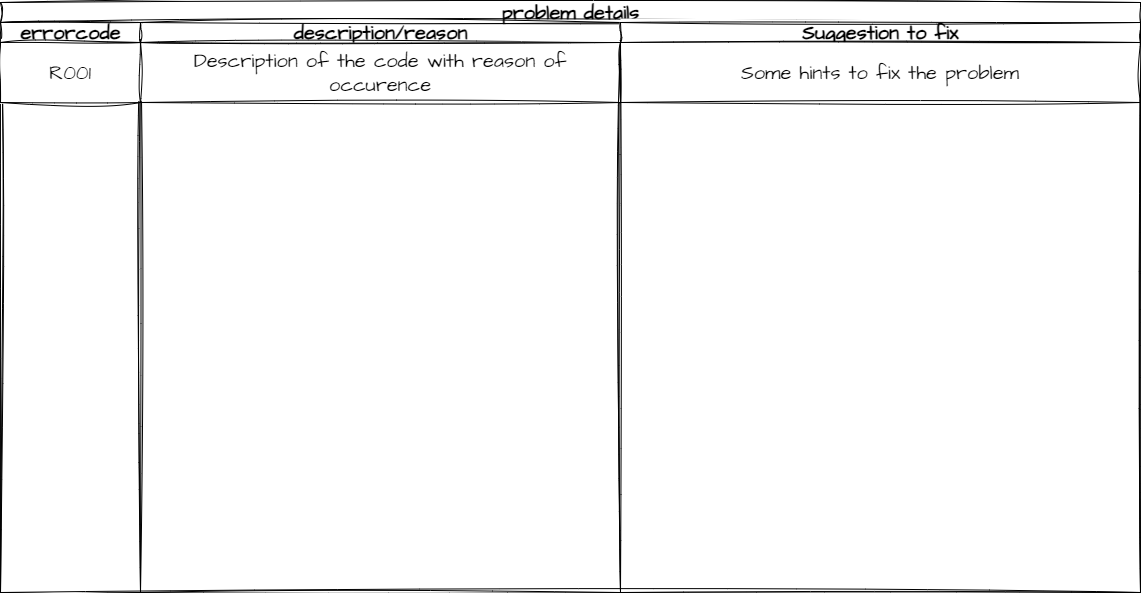
Before: documentation/arc-documentation/images/08_concepts/exceptions/presentation/error-code-description.drawio.png, a diagram exported from draw.io (stueberm1/riskmanager). Source tidied: cells renumbered, new cells last; positions are measured from the earlier drawing's top-left corner, leaving out a move shared by most shapes. Its diagram source:
```xml
<mxGraphModel>
  <root>
    <mxCell id="0" />
    <mxCell id="1" parent="0" />
    <mxCell id="2" value="problem details" style="swimlane;startSize=20;html=1;sketch=1;hachureGap=4;jiggle=2;curveFitting=1;fontFamily=Architects Daughter;fontSource=https%3A%2F%2Ffonts.googleapis.com%2Fcss%3Ffamily%3DArchitects%2BDaughter;fontSize=20;" parent="1" vertex="1">
      <mxGeometry width="1140" height="590" as="geometry" />
    </mxCell>
    <mxCell id="3" value="errorcode" style="swimlane;startSize=20;html=1;sketch=1;hachureGap=4;jiggle=2;curveFitting=1;fontFamily=Architects Daughter;fontSource=https%3A%2F%2Ffonts.googleapis.com%2Fcss%3Ffamily%3DArchitects%2BDaughter;fontSize=20;" parent="2" vertex="1">
      <mxGeometry y="20" width="140" height="570" as="geometry" />
    </mxCell>
    <mxCell id="4" value="R001" style="fontStyle=0;html=1;whiteSpace=wrap;sketch=1;hachureGap=4;jiggle=2;curveFitting=1;fontFamily=Architects Daughter;fontSource=https%3A%2F%2Ffonts.googleapis.com%2Fcss%3Ffamily%3DArchitects%2BDaughter;fontSize=20;" parent="3" vertex="1">
      <mxGeometry y="20" width="140" height="60" as="geometry" />
    </mxCell>
    <mxCell id="5" value="description/reason" style="swimlane;startSize=20;html=1;sketch=1;hachureGap=4;jiggle=2;curveFitting=1;fontFamily=Architects Daughter;fontSource=https%3A%2F%2Ffonts.googleapis.com%2Fcss%3Ffamily%3DArchitects%2BDaughter;fontSize=20;" parent="2" vertex="1">
      <mxGeometry x="140" y="20" width="480" height="570" as="geometry" />
    </mxCell>
    <mxCell id="6" value="Description of the code with reason of occurence" style="fontStyle=0;html=1;whiteSpace=wrap;sketch=1;hachureGap=4;jiggle=2;curveFitting=1;fontFamily=Architects Daughter;fontSource=https%3A%2F%2Ffonts.googleapis.com%2Fcss%3Ffamily%3DArchitects%2BDaughter;fontSize=20;" parent="5" vertex="1">
      <mxGeometry y="20" width="480" height="60" as="geometry" />
    </mxCell>
    <mxCell id="7" value="Suggestion to fix" style="swimlane;startSize=20;html=1;sketch=1;hachureGap=4;jiggle=2;curveFitting=1;fontFamily=Architects Daughter;fontSource=https%3A%2F%2Ffonts.googleapis.com%2Fcss%3Ffamily%3DArchitects%2BDaughter;fontSize=20;" parent="2" vertex="1">
      <mxGeometry x="620" y="20" width="520" height="570" as="geometry" />
    </mxCell>
    <mxCell id="8" value="Some hints to fix the problem" style="fontStyle=0;html=1;whiteSpace=wrap;sketch=1;hachureGap=4;jiggle=2;curveFitting=1;fontFamily=Architects Daughter;fontSource=https%3A%2F%2Ffonts.googleapis.com%2Fcss%3Ffamily%3DArchitects%2BDaughter;fontSize=20;" parent="7" vertex="1">
      <mxGeometry y="20" width="520" height="60" as="geometry" />
    </mxCell>
  </root>
</mxGraphModel>
```
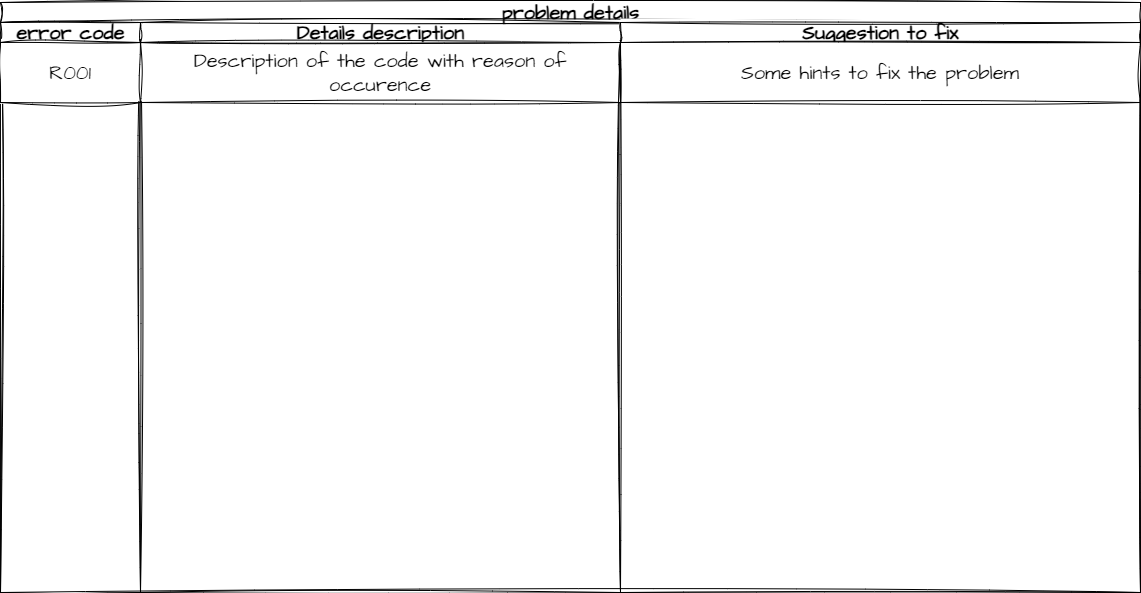
After the change.

The edit, as a diff of the source:
```diff
@@ -5,13 +5,13 @@
     <mxCell id="2" value="problem details" style="swimlane;startSize=20;html=1;sketch=1;hachureGap=4;jiggle=2;curveFitting=1;fontFamily=Architects Daughter;fontSource=https%3A%2F%2Ffonts.googleapis.com%2Fcss%3Ffamily%3DArchitects%2BDaughter;fontSize=20;" parent="1" vertex="1">
       <mxGeometry width="1140" height="590" as="geometry" />
     </mxCell>
-    <mxCell id="3" value="errorcode" style="swimlane;startSize=20;html=1;sketch=1;hachureGap=4;jiggle=2;curveFitting=1;fontFamily=Architects Daughter;fontSource=https%3A%2F%2Ffonts.googleapis.com%2Fcss%3Ffamily%3DArchitects%2BDaughter;fontSize=20;" parent="2" vertex="1">
+    <mxCell id="3" value="error code" style="swimlane;startSize=20;html=1;sketch=1;hachureGap=4;jiggle=2;curveFitting=1;fontFamily=Architects Daughter;fontSource=https%3A%2F%2Ffonts.googleapis.com%2Fcss%3Ffamily%3DArchitects%2BDaughter;fontSize=20;" parent="2" vertex="1">
       <mxGeometry y="20" width="140" height="570" as="geometry" />
     </mxCell>
     <mxCell id="4" value="R001" style="fontStyle=0;html=1;whiteSpace=wrap;sketch=1;hachureGap=4;jiggle=2;curveFitting=1;fontFamily=Architects Daughter;fontSource=https%3A%2F%2Ffonts.googleapis.com%2Fcss%3Ffamily%3DArchitects%2BDaughter;fontSize=20;" parent="3" vertex="1">
       <mxGeometry y="20" width="140" height="60" as="geometry" />
     </mxCell>
-    <mxCell id="5" value="description/reason" style="swimlane;startSize=20;html=1;sketch=1;hachureGap=4;jiggle=2;curveFitting=1;fontFamily=Architects Daughter;fontSource=https%3A%2F%2Ffonts.googleapis.com%2Fcss%3Ffamily%3DArchitects%2BDaughter;fontSize=20;" parent="2" vertex="1">
+    <mxCell id="5" value="Details description" style="swimlane;startSize=20;html=1;sketch=1;hachureGap=4;jiggle=2;curveFitting=1;fontFamily=Architects Daughter;fontSource=https%3A%2F%2Ffonts.googleapis.com%2Fcss%3Ffamily%3DArchitects%2BDaughter;fontSize=20;" parent="2" vertex="1">
       <mxGeometry x="140" y="20" width="480" height="570" as="geometry" />
     </mxCell>
     <mxCell id="6" value="Description of the code with reason of occurence" style="fontStyle=0;html=1;whiteSpace=wrap;sketch=1;hachureGap=4;jiggle=2;curveFitting=1;fontFamily=Architects Daughter;fontSource=https%3A%2F%2Ffonts.googleapis.com%2Fcss%3Ffamily%3DArchitects%2BDaughter;fontSize=20;" parent="5" vertex="1">
```
